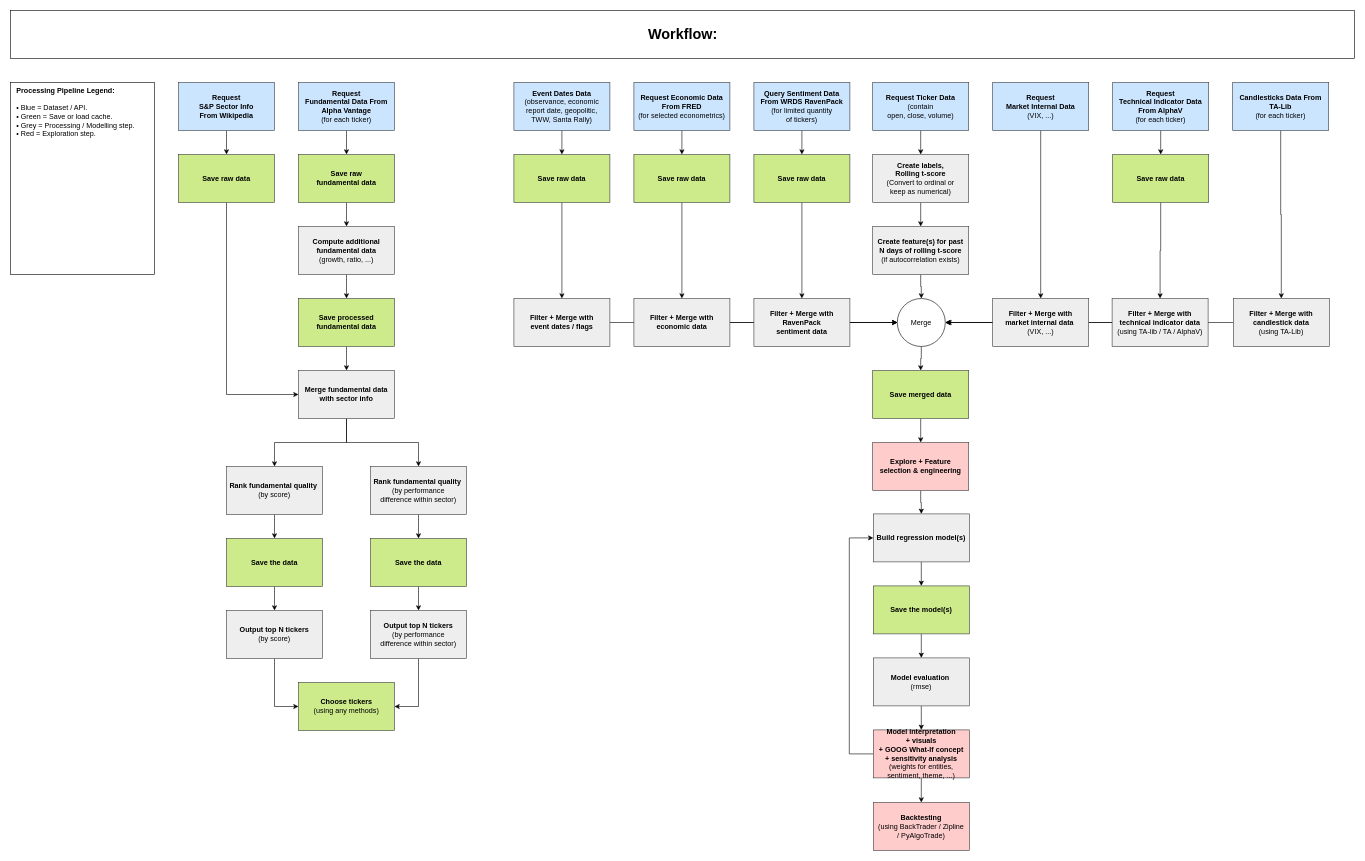
Earlier version of the draw.io diagram page "workflow" (1 of 3) of docs/flowchart/processing_flowchart.drawio (lioneltayyd/MADS-CAP). Source tidied: cells renumbered, new cells numbered last; positions are measured from the earlier drawing's top-left corner, leaving out a move shared by most shapes. Both pictures are drawn from the tidied source at 60%, with x=0, y=0 at pixel (10, 10).
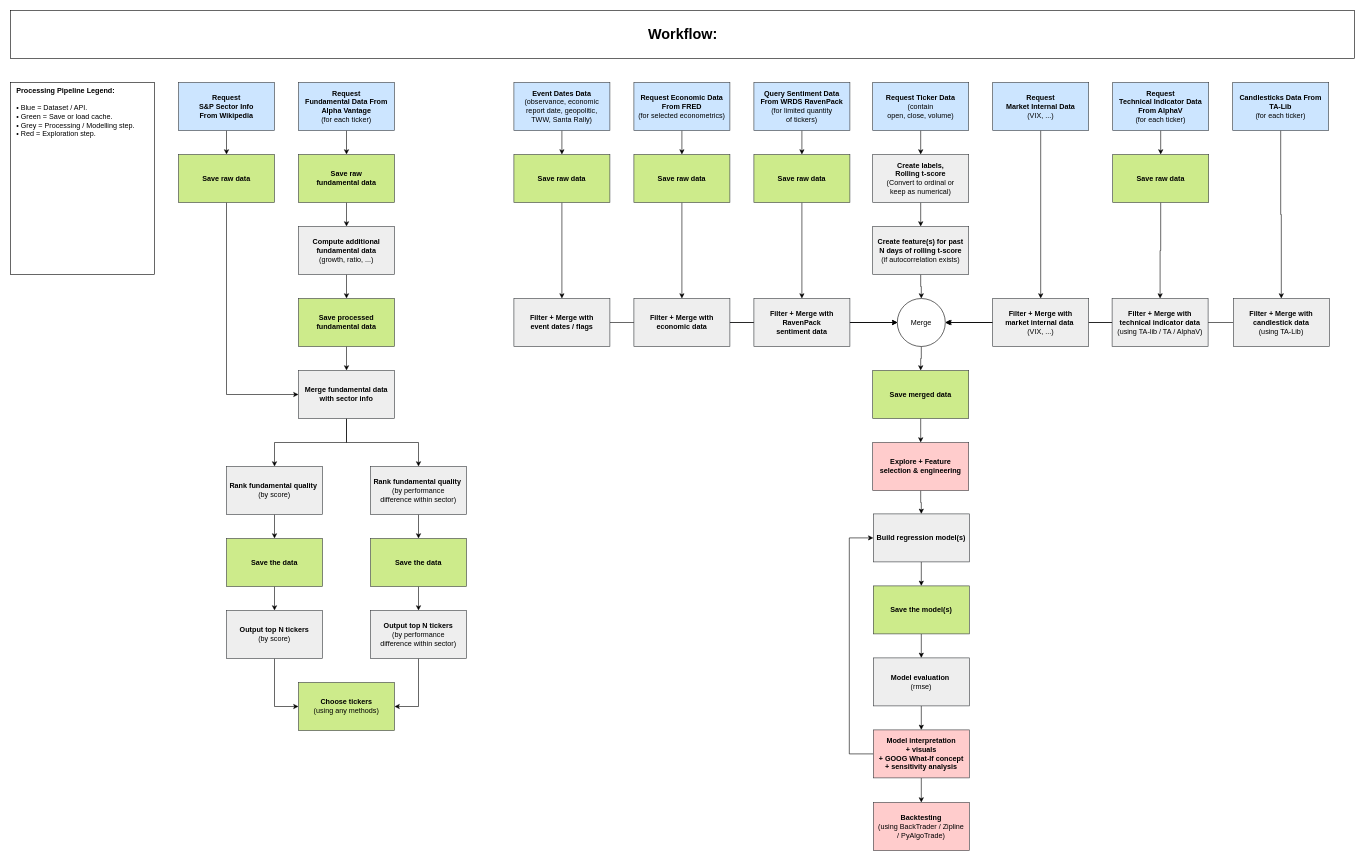
The same page after the edit.

What changed in the source:
```diff
@@
-    <mxCell id="61" value="&lt;b&gt;Model interpretation&lt;br&gt;+ visuals&lt;br&gt;+ GOOG What-If concept&lt;br&gt;&lt;/b&gt;&lt;b&gt;+ sensitivity analysis&lt;/b&gt;&lt;br&gt;(weights for entities, sentiment, theme, ...)" style="rounded=0;whiteSpace=wrap;html=1;fillColor=#ffcccc;strokeColor=#36393d;" parent="1" vertex="1">
+    <mxCell id="61" value="&lt;b&gt;Model interpretation&lt;br&gt;+ visuals&lt;br&gt;+ GOOG What-If concept&lt;br&gt;&lt;/b&gt;&lt;b&gt;+ sensitivity analysis&lt;/b&gt;" style="rounded=0;whiteSpace=wrap;html=1;fillColor=#ffcccc;strokeColor=#36393d;" parent="1" vertex="1">
       <mxGeometry x="1438" y="1199" width="160" height="80" as="geometry" />
     </mxCell>
```
